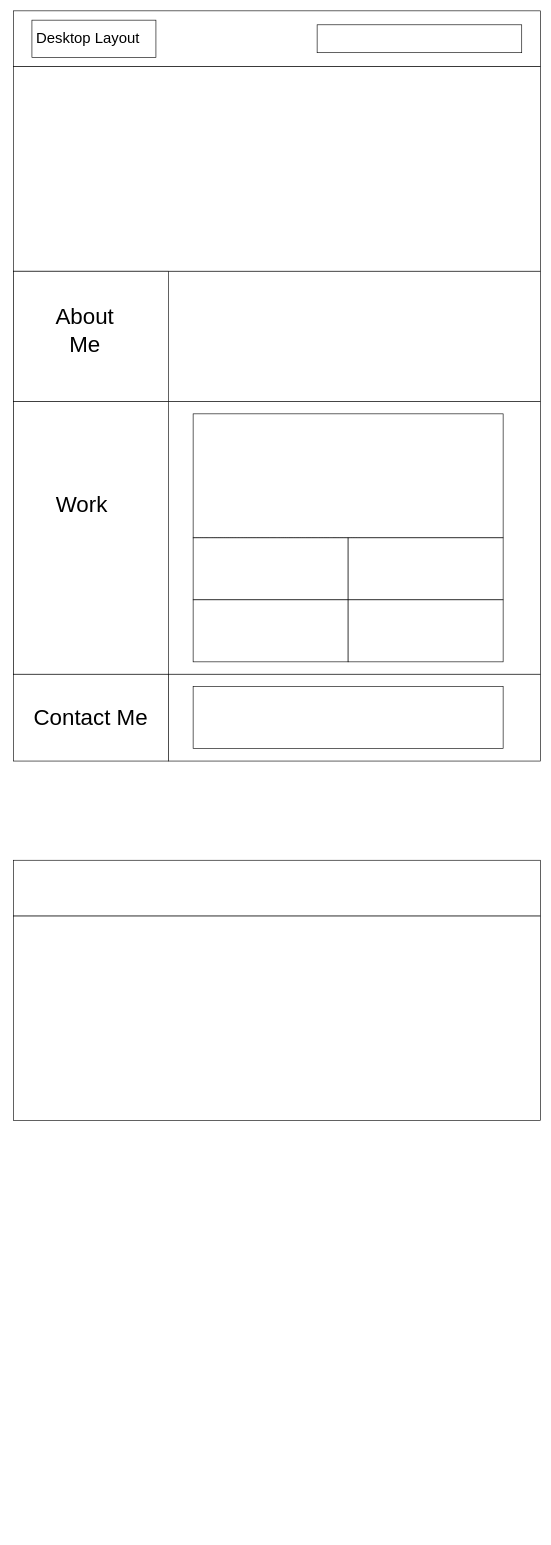
blayne-04/BlayneFuller-Portfolio keeps this draw.io diagram as mockup.drawio. Above is the earlier version. Source tidied: cells renumbered, new cells numbered last; positions are measured from the earlier drawing's top-left corner, leaving out a move shared by most shapes. Both pictures are drawn from the tidied source at 62%, with x=0, y=0 at pixel (13, 11).
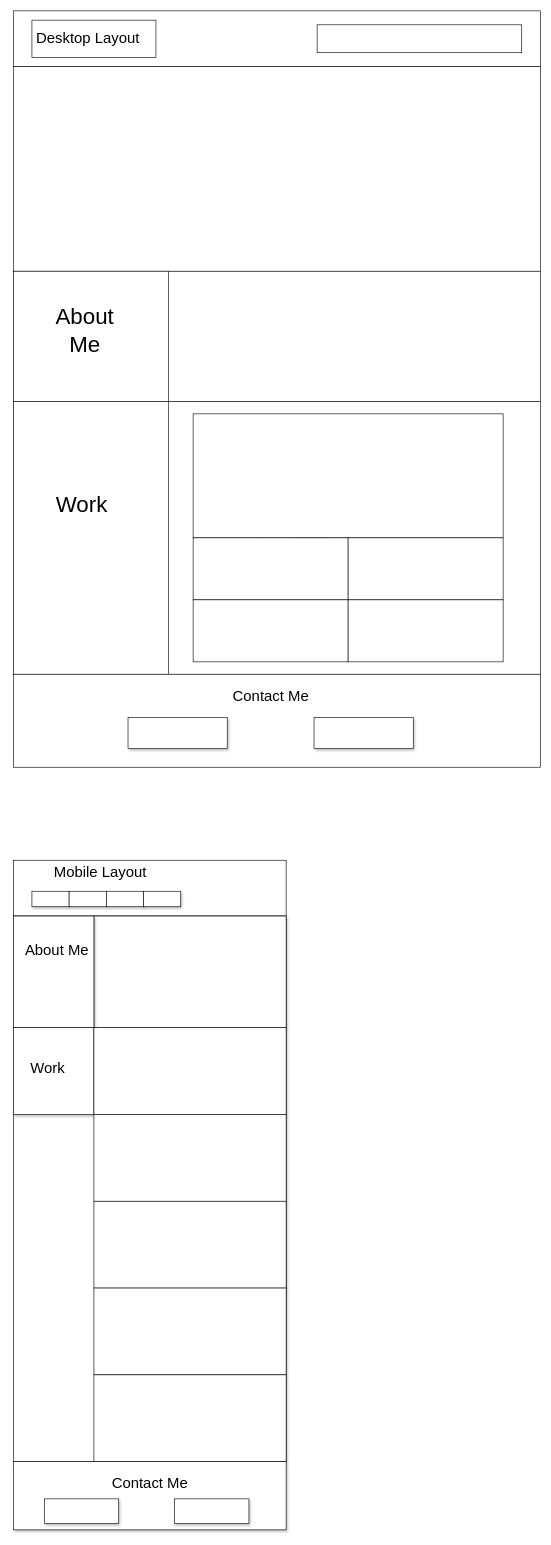
Above is the later version.

Commit message:
added mockup for reference

Diff of the diagram source:
```diff
@@
-    <mxCell id="10" value="&lt;font style=&quot;font-size: 36px&quot;&gt;Contact Me&lt;/font&gt;" style="whiteSpace=wrap;html=1;" parent="1" vertex="1">
-      <mxGeometry y="1070" width="250" height="140" as="geometry" />
+    <mxCell id="10" style="whiteSpace=wrap;html=1;" parent="1" vertex="1">
+      <mxGeometry y="1070" width="850" height="150" as="geometry" />
     </mxCell>
-    <mxCell id="11" style="whiteSpace=wrap;html=1;" parent="1" vertex="1">
-      <mxGeometry x="250" y="1070" width="600" height="140" as="geometry" />
-    </mxCell>
@@
-    <mxCell id="20" style="whiteSpace=wrap;html=1;fontSize=24;" parent="1" vertex="1">
-      <mxGeometry x="290" y="1090" width="500" height="100" as="geometry" />
-    </mxCell>
     <mxCell id="21" style="whiteSpace=wrap;html=1;" parent="1" vertex="1">
-      <mxGeometry y="1370" width="850" height="90" as="geometry" />
+      <mxGeometry y="1370" width="440" height="90" as="geometry" />
     </mxCell>
     <mxCell id="22" style="whiteSpace=wrap;html=1;" parent="1" vertex="1">
-      <mxGeometry y="1460" width="850" height="330" as="geometry" />
+      <mxGeometry y="1460" width="440" height="880" as="geometry" />
     </mxCell>
+    <mxCell id="23" value="&lt;font style=&quot;font-size: 24px&quot;&gt;Mobile Layout&lt;/font&gt;" style="text;html=1;align=center;verticalAlign=middle;fillColor=none;strokeColor=none;rounded=0;" parent="1" vertex="1">
+      <mxGeometry x="60" y="1380" width="160" height="20" as="geometry" />
+    </mxCell>
+    <mxCell id="24" style="whiteSpace=wrap;html=1;shadow=1;fontSize=24;" parent="1" vertex="1">
+      <mxGeometry x="30" y="1420" width="60" height="25" as="geometry" />
+    </mxCell>
+    <mxCell id="25" style="whiteSpace=wrap;html=1;shadow=1;fontSize=24;" parent="1" vertex="1">
+      <mxGeometry x="90" y="1420" width="60" height="25" as="geometry" />
+    </mxCell>
+    <mxCell id="26" style="whiteSpace=wrap;html=1;shadow=1;fontSize=24;" parent="1" vertex="1">
+      <mxGeometry x="150" y="1420" width="60" height="25" as="geometry" />
+    </mxCell>
+    <mxCell id="27" style="whiteSpace=wrap;html=1;shadow=1;fontSize=24;" parent="1" vertex="1">
+      <mxGeometry x="210" y="1420" width="60" height="25" as="geometry" />
+    </mxCell>
+    <mxCell id="28" style="whiteSpace=wrap;html=1;shadow=1;fontSize=24;" parent="1" vertex="1">
+      <mxGeometry x="130" y="1460" width="310" height="180" as="geometry" />
+    </mxCell>
+    <mxCell id="29" style="whiteSpace=wrap;html=1;shadow=1;fontSize=24;" parent="1" vertex="1">
+      <mxGeometry y="1460" width="130" height="180" as="geometry" />
+    </mxCell>
+    <mxCell id="30" value="About Me" style="text;html=1;align=center;verticalAlign=middle;fillColor=none;strokeColor=none;rounded=0;shadow=1;fontSize=24;" parent="1" vertex="1">
+      <mxGeometry x="10" y="1500" width="120" height="30" as="geometry" />
+    </mxCell>
+    <mxCell id="31" style="whiteSpace=wrap;html=1;shadow=1;fontSize=24;" parent="1" vertex="1">
+      <mxGeometry y="1640" width="130" height="140" as="geometry" />
+    </mxCell>
+    <mxCell id="32" value="Work" style="text;html=1;align=center;verticalAlign=middle;fillColor=none;strokeColor=none;rounded=0;shadow=1;fontSize=24;" parent="1" vertex="1">
+      <mxGeometry x="20" y="1690" width="70" height="30" as="geometry" />
+    </mxCell>
+    <mxCell id="33" style="whiteSpace=wrap;html=1;shadow=1;fontSize=24;" parent="1" vertex="1">
+      <mxGeometry x="130" y="1640" width="310" height="140" as="geometry" />
+    </mxCell>
+    <mxCell id="34" style="whiteSpace=wrap;html=1;shadow=1;fontSize=24;" parent="1" vertex="1">
+      <mxGeometry x="130" y="1780" width="310" height="140" as="geometry" />
+    </mxCell>
+    <mxCell id="35" style="whiteSpace=wrap;html=1;shadow=1;fontSize=24;" parent="1" vertex="1">
+      <mxGeometry x="130" y="1920" width="310" height="140" as="geometry" />
+    </mxCell>
+    <mxCell id="36" style="whiteSpace=wrap;html=1;shadow=1;fontSize=24;" parent="1" vertex="1">
+      <mxGeometry x="130" y="2060" width="310" height="140" as="geometry" />
+    </mxCell>
+    <mxCell id="37" style="whiteSpace=wrap;html=1;shadow=1;fontSize=24;" parent="1" vertex="1">
+      <mxGeometry x="130" y="2200" width="310" height="140" as="geometry" />
+    </mxCell>
+    <mxCell id="38" value="Contact Me" style="text;html=1;align=center;verticalAlign=middle;fillColor=none;strokeColor=none;rounded=0;shadow=1;fontSize=24;" parent="1" vertex="1">
+      <mxGeometry x="345" y="1090" width="140" height="30" as="geometry" />
+    </mxCell>
+    <mxCell id="39" style="whiteSpace=wrap;html=1;shadow=1;fontSize=24;" parent="1" vertex="1">
+      <mxGeometry x="185" y="1140" width="160" height="50" as="geometry" />
+    </mxCell>
+    <mxCell id="40" style="whiteSpace=wrap;html=1;shadow=1;fontSize=24;" parent="1" vertex="1">
+      <mxGeometry x="485" y="1140" width="160" height="50" as="geometry" />
+    </mxCell>
+    <mxCell id="41" style="whiteSpace=wrap;html=1;shadow=1;fontSize=24;" parent="1" vertex="1">
+      <mxGeometry y="2340" width="440" height="110" as="geometry" />
+    </mxCell>
+    <mxCell id="42" value="Contact Me" style="text;html=1;align=center;verticalAlign=middle;fillColor=none;strokeColor=none;rounded=0;shadow=1;fontSize=24;" parent="1" vertex="1">
+      <mxGeometry x="150" y="2360" width="140" height="30" as="geometry" />
+    </mxCell>
+    <mxCell id="43" style="whiteSpace=wrap;html=1;shadow=1;fontSize=24;" parent="1" vertex="1">
+      <mxGeometry x="50" y="2400" width="120" height="40" as="geometry" />
+    </mxCell>
+    <mxCell id="44" style="whiteSpace=wrap;html=1;shadow=1;fontSize=24;" parent="1" vertex="1">
+      <mxGeometry x="260" y="2400" width="120" height="40" as="geometry" />
+    </mxCell>
```
